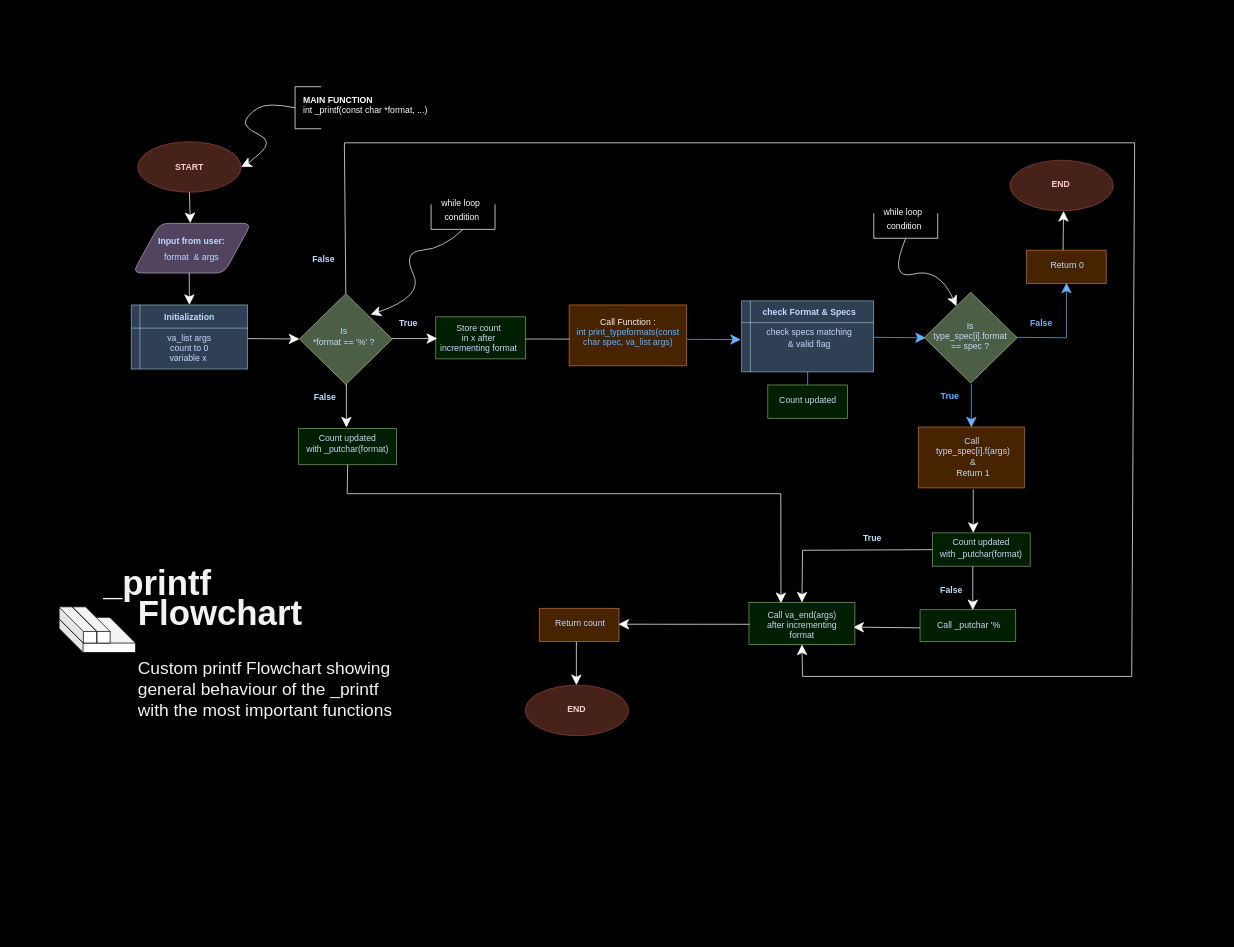
This is Diagramme sans nom.drawio from GenXwater/holbertonschool-printf, a draw.io file, before an edit. Source tidied: cells renumbered, new cells numbered last; positions are measured from the earlier drawing's top-left corner, leaving out a move shared by most shapes. Both pictures are drawn from the tidied source at 145%, with x=0, y=0 at pixel (42, 86).
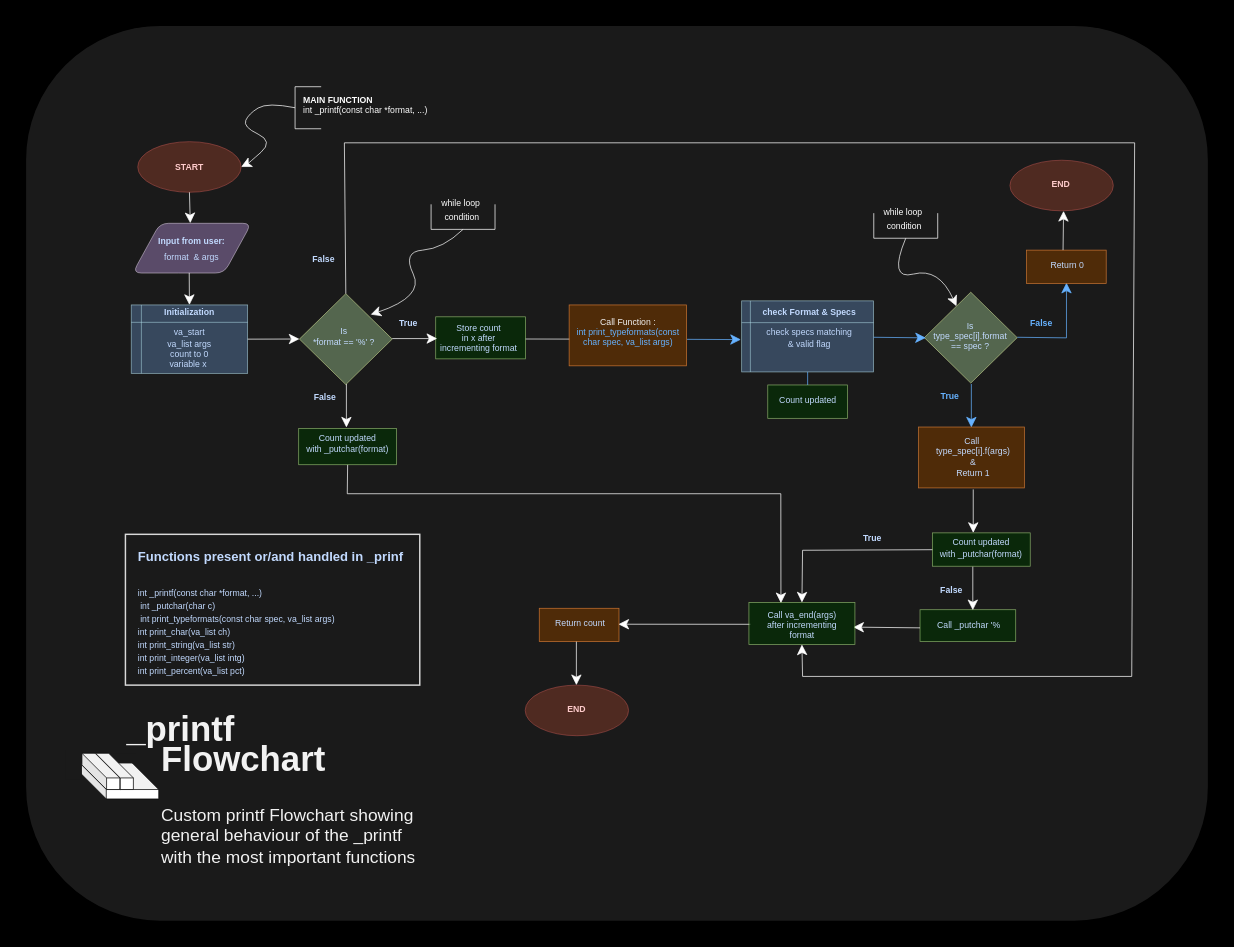
Above is the later version.

Commit message:
_printf general flowchart.drawio

The change refers to these unchanged cells:
```xml
<mxCell id="77" style="shape=cube;whiteSpace=wrap;html=1;boundedLbl=1;backgroundOutline=1;darkOpacity=0.05;darkOpacity2=0.1;strokeWidth=0.5;" parent="76" vertex="1">
  <mxGeometry x="7.8" y="9" width="56.2" height="26.5" as="geometry" />
</mxCell>
```

Diff of the diagram source:
```diff
@@
+    <mxCell id="83" style="rounded=1;whiteSpace=wrap;html=1;fillColor=#1A1A1A;" parent="1" vertex="1">
+      <mxGeometry x="-12" y="-42" width="816" height="618" as="geometry" />
+    </mxCell>
@@
-    <mxCell id="20" style="shape=internalStorage;whiteSpace=wrap;html=1;backgroundOutline=1;fillColor=#445C7A;strokeColor=#B5E0EB;dx=6;dy=16;strokeWidth=0.5;opacity=70;" parent="1" vertex="1">
-      <mxGeometry x="61" y="150.8" width="80.3" height="44.2" as="geometry" />
+    <mxCell id="20" style="shape=internalStorage;whiteSpace=wrap;html=1;backgroundOutline=1;fillColor=#445C7A;strokeColor=#B5E0EB;dx=7;dy=12;strokeWidth=0.5;opacity=70;" parent="1" vertex="1">
+      <mxGeometry x="61" y="150.8" width="80.3" height="47.2" as="geometry" />
     </mxCell>
-    <mxCell id="21" value="&lt;font style=&quot;font-size: 6px;&quot;&gt;&lt;b style=&quot;font-size: 6px;&quot;&gt;Initialization&lt;/b&gt;&lt;/font&gt;&lt;div&gt;&lt;b&gt;&lt;br&gt;&lt;/b&gt;&lt;div style=&quot;font-size: 6px;&quot;&gt;&lt;font style=&quot;font-size: 6px;&quot;&gt;va_list args&lt;/font&gt;&lt;/div&gt;&lt;/div&gt;&lt;div style=&quot;font-size: 6px;&quot;&gt;&lt;font style=&quot;font-size: 6px;&quot;&gt;count to 0&lt;/font&gt;&lt;/div&gt;&lt;div style=&quot;font-size: 6px;&quot;&gt;&lt;font style=&quot;font-size: 6px;&quot;&gt;variable x&amp;nbsp;&lt;/font&gt;&lt;/div&gt;" style="text;html=1;align=center;verticalAlign=middle;whiteSpace=wrap;rounded=0;fillColor=none;strokeColor=none;strokeWidth=1;spacing=9;fontColor=#C2DAFF;fontSize=6;" parent="1" vertex="1">
+    <mxCell id="21" value="&lt;font style=&quot;font-size: 6px;&quot;&gt;&lt;b style=&quot;font-size: 6px;&quot;&gt;Initialization&lt;/b&gt;&lt;/font&gt;&lt;div&gt;&lt;b&gt;&lt;br&gt;&lt;/b&gt;&lt;div style=&quot;font-size: 6px;&quot;&gt;&lt;font style=&quot;font-size: 6px;&quot;&gt;va_start&lt;/font&gt;&lt;/div&gt;&lt;div style=&quot;font-size: 6px;&quot;&gt;&lt;font style=&quot;font-size: 6px;&quot;&gt;va_list args&lt;/font&gt;&lt;/div&gt;&lt;/div&gt;&lt;div style=&quot;font-size: 6px;&quot;&gt;&lt;font style=&quot;font-size: 6px;&quot;&gt;count to 0&lt;/font&gt;&lt;/div&gt;&lt;div style=&quot;font-size: 6px;&quot;&gt;&lt;font style=&quot;font-size: 6px;&quot;&gt;variable x&amp;nbsp;&lt;/font&gt;&lt;/div&gt;" style="text;html=1;align=center;verticalAlign=middle;whiteSpace=wrap;rounded=0;fillColor=none;strokeColor=none;strokeWidth=1;spacing=9;fontColor=#C2DAFF;fontSize=6;" parent="1" vertex="1">
       <mxGeometry x="74.5" y="167.5" width="53.2" height="13.1" as="geometry" />
     </mxCell>
-    <mxCell id="22" style="endArrow=classic;html=1;rounded=0;strokeColor=#FFFFFF;strokeWidth=0.5;exitX=1.003;exitY=0.525;exitDx=0;exitDy=0;exitPerimeter=0;" parent="1" edge="1" source="20">
+    <mxCell id="22" style="endArrow=classic;html=1;rounded=0;strokeColor=#FFFFFF;strokeWidth=0.5;exitX=1;exitY=0.5;exitDx=0;exitDy=0;" parent="1" edge="1" source="20">
       <mxGeometry relative="1" as="geometry">
         <mxPoint x="177" y="174.3" as="targetPoint" />
       </mxGeometry>
     </mxCell>
@@
     <mxCell id="74" value="&lt;h1 style=&quot;margin-top: 0px;&quot;&gt;Flowchart&lt;/h1&gt;&lt;div&gt;Custom printf Flowchart showing&lt;/div&gt;&lt;div&gt;general behaviour of the _printf&lt;/div&gt;&lt;div&gt;with the most important functions&lt;/div&gt;&lt;div&gt;&lt;br&gt;&lt;/div&gt;" style="text;html=1;whiteSpace=wrap;overflow=hidden;rounded=0;fontColor=#F2F2F2;" parent="1" vertex="1">
-      <mxGeometry x="64" y="343" width="180" height="101" as="geometry" />
+      <mxGeometry x="80" y="444" width="180" height="101" as="geometry" />
     </mxCell>
     <mxCell id="75" value="&lt;h1 style=&quot;margin-top: 0px;&quot;&gt;_printf&lt;/h1&gt;" style="text;html=1;whiteSpace=wrap;overflow=hidden;rounded=0;fontColor=#F2F2F2;" parent="1" vertex="1">
-      <mxGeometry x="40" y="322" width="81" height="41" as="geometry" />
+      <mxGeometry x="56" y="423" width="81" height="41" as="geometry" />
     </mxCell>
     <mxCell id="76" style="group;" parent="1" vertex="1">
-      <mxGeometry y="355" width="64" height="35.5" as="geometry" />
+      <mxGeometry x="16" y="456" width="64" height="35.5" as="geometry" />
     </mxCell>
@@
-    <mxCell id="78" style="edgeStyle=orthogonalEdgeStyle;rounded=0;jettySize=auto;html=1;exitX=0;exitY=0;exitDx=51.1;exitDy=10;exitPerimeter=0;" parent="76" edge="1" source="77">
-      <mxGeometry relative="1" as="geometry">
-        <mxPoint x="57.5" y="4.2" as="targetPoint" />
-      </mxGeometry>
-    </mxCell>
-    <mxCell id="79" style="rounded=0;whiteSpace=wrap;html=1;fillColor=#000000;" parent="76" vertex="1">
+    <mxCell id="79" style="rounded=0;whiteSpace=wrap;html=1;fillColor=#1A1A1A;strokeColor=none;" parent="76" vertex="1">
       <mxGeometry x="7" y="4" width="41" height="7" as="geometry" />
     </mxCell>
@@
-    <mxCell id="82" style="rounded=0;whiteSpace=wrap;html=1;fillColor=#000000;" parent="76" vertex="1">
+    <mxCell id="82" style="rounded=0;whiteSpace=wrap;html=1;fillColor=#1A1A1A;strokeColor=none;" parent="76" vertex="1">
       <mxGeometry y="2" width="11" height="20" as="geometry" />
     </mxCell>
+    <mxCell id="84" style="rounded=0;whiteSpace=wrap;html=1;strokeColor=#D9D9D9;fillColor=#1A1A1A;" parent="1" vertex="1">
+      <mxGeometry x="57" y="309" width="203" height="104" as="geometry" />
+    </mxCell>
+    <mxCell id="85" value="&lt;div style=&quot;font-size: 9px; line-height: 150%;&quot;&gt;&lt;b style=&quot;&quot;&gt;&lt;font style=&quot;font-size: 9px;&quot;&gt;Functions present or/and handled in _prinf&lt;/font&gt;&lt;/b&gt;&lt;/div&gt;&lt;div style=&quot;text-align: left; font-size: 9px; line-height: 150%;&quot;&gt;&lt;br&gt;&lt;/div&gt;&lt;div style=&quot;text-align: left; line-height: 150%;&quot;&gt;&lt;span style=&quot;background-color: initial;&quot;&gt;int _printf(const char *format, ...)&lt;/span&gt;&lt;/div&gt;&lt;div style=&quot;text-align: left; line-height: 150%;&quot;&gt;&amp;nbsp;int _putchar(char c)&lt;/div&gt;&lt;div style=&quot;text-align: left; line-height: 150%;&quot;&gt;&amp;nbsp;int print_typeformats(const char spec, va_list args)&lt;/div&gt;&lt;div style=&quot;text-align: left; line-height: 150%;&quot;&gt;int print_char(va_list ch)&lt;/div&gt;&lt;div style=&quot;text-align: left; line-height: 150%;&quot;&gt;int print_string(va_list str)&lt;/div&gt;&lt;div style=&quot;text-align: left; line-height: 150%;&quot;&gt;int print_integer(va_list intg)&lt;/div&gt;&lt;div style=&quot;text-align: left; line-height: 150%;&quot;&gt;int print_percent(va_list pct)&lt;br&gt;&lt;/div&gt;" style="text;html=1;align=center;verticalAlign=middle;whiteSpace=wrap;rounded=0;fillColor=none;strokeColor=none;strokeWidth=1;spacing=11;fontColor=#C2DAFF;fontSize=6;" parent="1" vertex="1">
+      <mxGeometry x="45" y="320" width="225" height="86" as="geometry" />
+    </mxCell>
```
